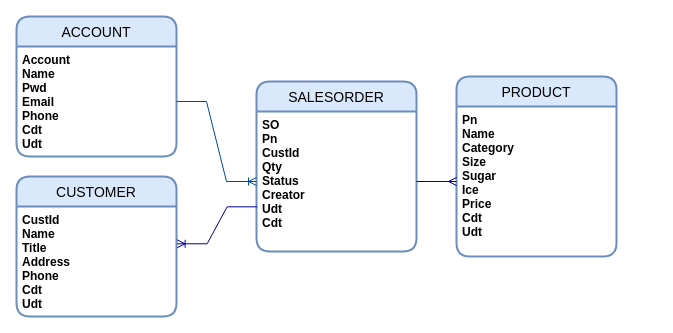
This is KingsTeaApiInfrastructure.drawio from JWayneLink/KingsTeaApi, a draw.io file, before an edit. Source tidied: cells renumbered, new cells numbered last; positions are measured from the earlier drawing's top-left corner, leaving out a move shared by most shapes. Both pictures are drawn from the tidied source at 100%, with x=0, y=0 at pixel (16, 16).
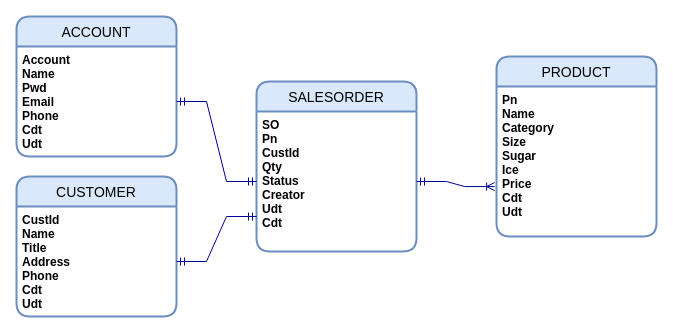
After the change.

Change to the diagram source:
```diff
@@
 <mxGraphModel>
   <root>
     <mxCell id="0" />
     <mxCell id="1" parent="0" />
     <mxCell id="2" value="ACCOUNT" style="swimlane;horizontal=1;startSize=30;rounded=1;fontSize=14;fontStyle=0;strokeWidth=2;shadow=0;dashed=0;align=center;fillColor=#dae8fc;strokeColor=#6c8ebf;" parent="1" vertex="1">
       <mxGeometry width="160" height="140" as="geometry" />
     </mxCell>
     <mxCell id="3" value="Account&#10;Name&#10;Pwd&#10;Email&#10;Phone&#10;Cdt&#10;Udt" style="align=left;strokeColor=none;fillColor=none;spacingLeft=4;fontSize=12;verticalAlign=top;fontStyle=1;" parent="2" vertex="1">
       <mxGeometry y="30" width="160" height="110" as="geometry" />
     </mxCell>
     <mxCell id="4" value="PRODUCT" style="swimlane;horizontal=1;startSize=30;rounded=1;fontSize=14;fontStyle=0;strokeWidth=2;shadow=0;dashed=0;align=center;fillColor=#dae8fc;strokeColor=#6c8ebf;" parent="1" vertex="1">
-      <mxGeometry x="440" y="60" width="160" height="180" as="geometry" />
+      <mxGeometry x="480" y="40" width="160" height="180" as="geometry" />
     </mxCell>
     <mxCell id="5" value="Pn&#10;Name&#10;Category&#10;Size&#10;Sugar&#10;Ice&#10;Price&#10;Cdt&#10;Udt" style="align=left;strokeColor=none;fillColor=none;spacingLeft=4;fontSize=12;verticalAlign=top;fontStyle=1;" parent="4" vertex="1">
       <mxGeometry y="30" width="160" height="150" as="geometry" />
     </mxCell>
     <mxCell id="6" value="CUSTOMER" style="swimlane;horizontal=1;startSize=30;rounded=1;fontSize=14;fontStyle=0;strokeWidth=2;shadow=0;dashed=0;align=center;fillColor=#dae8fc;strokeColor=#6c8ebf;" parent="1" vertex="1">
       <mxGeometry y="160" width="160" height="140" as="geometry" />
     </mxCell>
     <mxCell id="7" value="CustId&#10;Name&#10;Title&#10;Address&#10;Phone&#10;Cdt&#10;Udt" style="align=left;strokeColor=none;fillColor=none;spacingLeft=4;fontSize=12;verticalAlign=top;fontStyle=1;" parent="6" vertex="1">
       <mxGeometry y="30" width="160" height="110" as="geometry" />
     </mxCell>
     <mxCell id="8" value="SALESORDER" style="swimlane;horizontal=1;startSize=30;rounded=1;fontSize=14;fontStyle=0;strokeWidth=2;shadow=0;dashed=0;align=center;fillColor=#dae8fc;strokeColor=#6c8ebf;" parent="1" vertex="1">
       <mxGeometry x="240" y="65" width="160" height="170" as="geometry" />
     </mxCell>
     <mxCell id="9" value="SO&#10;Pn&#10;CustId&#10;Qty&#10;Status&#10;Creator&#10;Udt&#10;Cdt" style="align=left;strokeColor=none;fillColor=none;spacingLeft=4;fontSize=12;verticalAlign=top;fontStyle=1;" parent="8" vertex="1">
       <mxGeometry y="30" width="160" height="140" as="geometry" />
     </mxCell>
+    <mxCell id="11" style="edgeStyle=entityRelationEdgeStyle;fontSize=12;html=1;endArrow=ERmandOne;startArrow=ERmandOne;rounded=0;exitX=1;exitY=0.5;exitDx=0;exitDy=0;entryX=0;entryY=0.5;entryDx=0;entryDy=0;strokeColor=#000099;" parent="1" edge="1" source="3" target="9">
+      <mxGeometry relative="1" as="geometry" />
+    </mxCell>
-    <mxCell id="10" style="edgeStyle=entityRelationEdgeStyle;fontSize=12;html=1;endArrow=ERmany;rounded=0;exitX=1;exitY=0.5;exitDx=0;exitDy=0;strokeColor=#000099;" parent="1" edge="1" source="9" target="5">
+    <mxCell id="10" style="edgeStyle=entityRelationEdgeStyle;fontSize=12;html=1;endArrow=ERoneToMany;startArrow=ERmandOne;rounded=0;exitX=1;exitY=0.5;exitDx=0;exitDy=0;entryX=-0.012;entryY=0.667;entryDx=0;entryDy=0;entryPerimeter=0;strokeColor=#000099;" parent="1" edge="1" source="9" target="5">
       <mxGeometry relative="1" as="geometry" />
     </mxCell>
-    <mxCell id="11" style="edgeStyle=entityRelationEdgeStyle;fontSize=12;html=1;endArrow=ERoneToMany;rounded=0;entryX=0;entryY=0.5;entryDx=0;entryDy=0;exitX=1;exitY=0.5;exitDx=0;exitDy=0;fillColor=#dae8fc;strokeColor=#004C99;" parent="1" edge="1" source="3" target="9">
-      <mxGeometry relative="1" as="geometry" />
-    </mxCell>
-    <mxCell id="12" style="edgeStyle=entityRelationEdgeStyle;fontSize=12;html=1;endArrow=ERoneToMany;rounded=0;exitX=0.004;exitY=0.681;exitDx=0;exitDy=0;exitPerimeter=0;entryX=1.004;entryY=0.339;entryDx=0;entryDy=0;entryPerimeter=0;strokeColor=#000099;" parent="1" edge="1" source="9" target="7">
-      <mxGeometry relative="1" as="geometry" />
-    </mxCell>
+    <mxCell id="13" style="edgeStyle=entityRelationEdgeStyle;fontSize=12;html=1;endArrow=ERmandOne;startArrow=ERmandOne;rounded=0;exitX=1;exitY=0.5;exitDx=0;exitDy=0;entryX=0;entryY=0.75;entryDx=0;entryDy=0;strokeColor=#000099;" parent="1" edge="1" source="7" target="9">
+      <mxGeometry relative="1" as="geometry" />
+    </mxCell>
   </root>
 </mxGraphModel>
```
